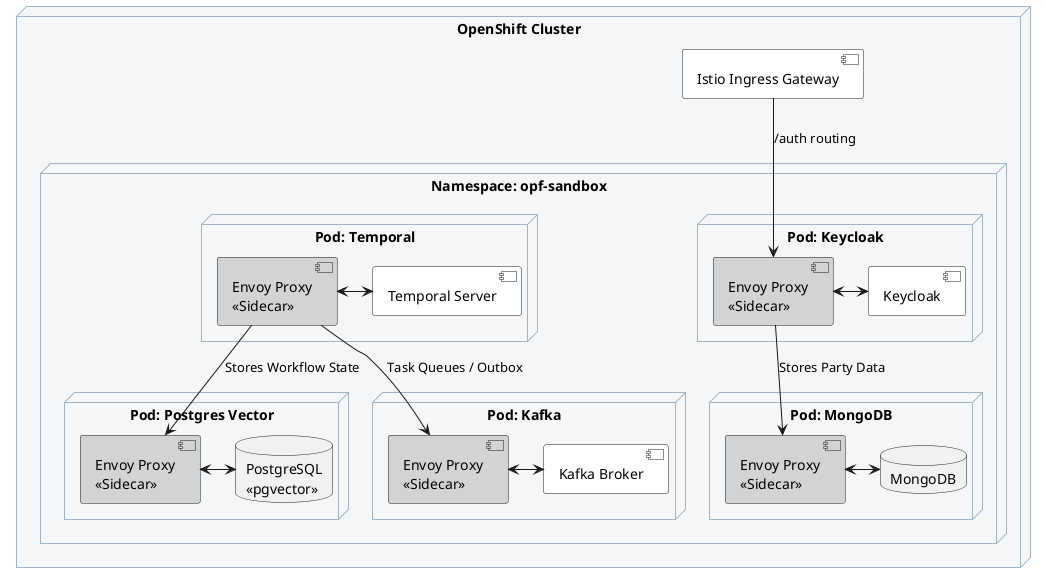
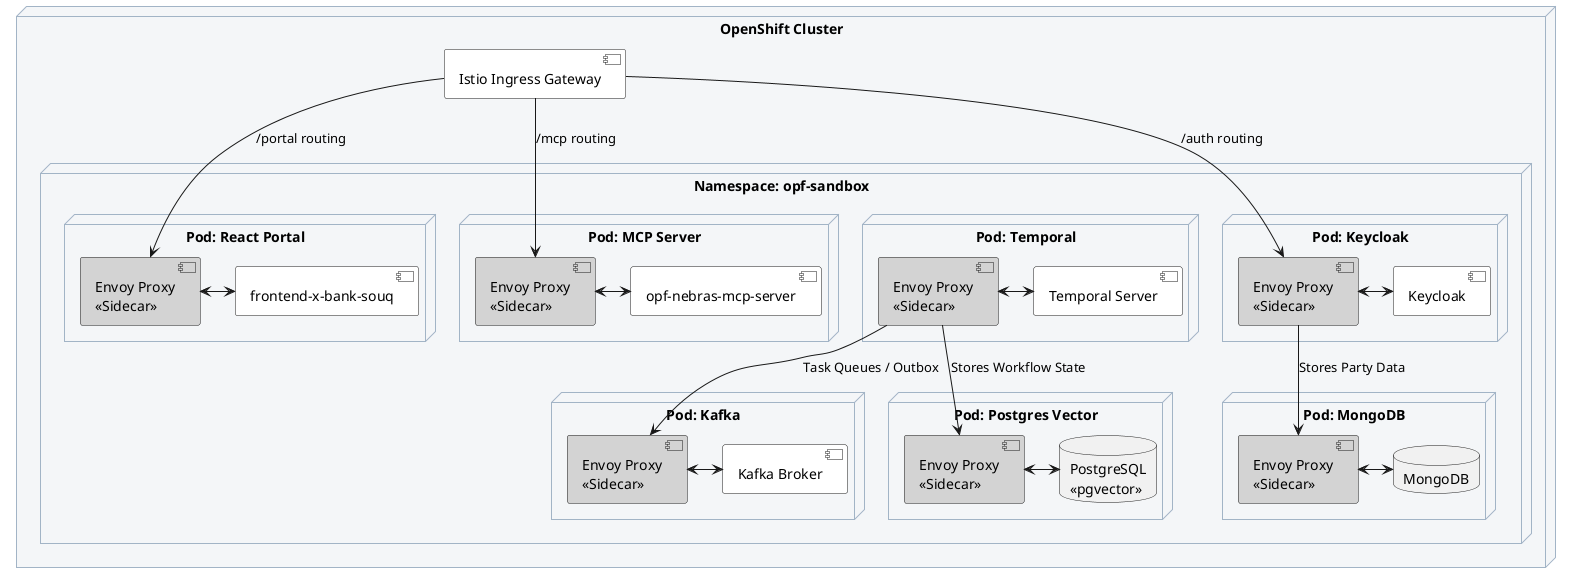
@startuml Deployment_Sandbox
skinparam node {
    BackgroundColor #f4f6f8
    BorderColor #a2b4c6
}
skinparam component {
    BackgroundColor #ffffff
}

node "OpenShift Cluster" as k8s {

    component "Istio Ingress Gateway" as ingress

    node "Namespace: opf-sandbox" {

        node "Pod: Keycloak" {
            component "Envoy Proxy\n<<Sidecar>>" as e1 #lightgrey
            component "Keycloak" as kc
            e1 <-> kc
        }

        node "Pod: MongoDB" {
            component "Envoy Proxy\n<<Sidecar>>" as e2 #lightgrey
            database "MongoDB" as mongo
            e2 <-> mongo
        }

        node "Pod: Temporal" {
            component "Envoy Proxy\n<<Sidecar>>" as e3 #lightgrey
            component "Temporal Server" as temp
            e3 <-> temp
        }

        node "Pod: Postgres Vector" {
            component "Envoy Proxy\n<<Sidecar>>" as e4 #lightgrey
            database "PostgreSQL\n<<pgvector>>" as pg
            e4 <-> pg
        }

        node "Pod: Kafka" {
            component "Envoy Proxy\n<<Sidecar>>" as e5 #lightgrey
            component "Kafka Broker" as kafka
            e5 <-> kafka
        }
+         node "Pod: React Portal" {
+             component "Envoy Proxy\n<<Sidecar>>" as e6 #lightgrey
+             component "frontend-x-bank-souq" as portal
+             e6 <-> portal
+         }
+ 
+         node "Pod: MCP Server" {
+             component "Envoy Proxy\n<<Sidecar>>" as e7 #lightgrey
+             component "opf-nebras-mcp-server" as mcp
+             e7 <-> mcp
+         }
    }

+     ingress --> e6 : /portal routing
+     ingress --> e7 : /mcp routing
    ingress --> e1 : /auth routing
    e1 --> e2 : Stores Party Data
    e3 --> e4 : Stores Workflow State
    e3 --> e5 : Task Queues / Outbox
}
@enduml
